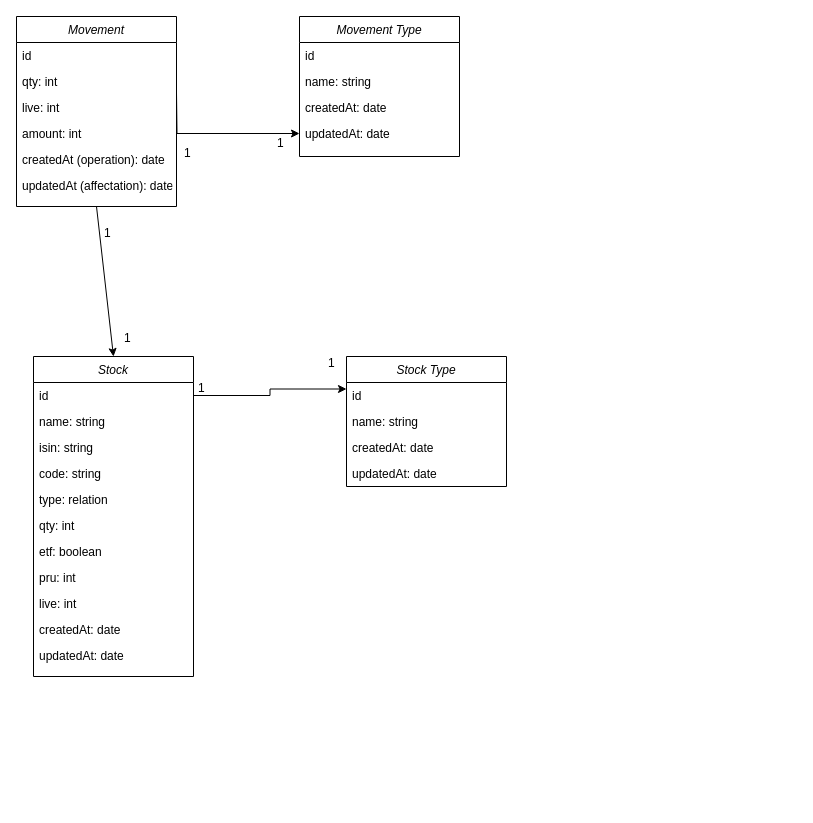
Above: StockReport.drawio in thomas-claireau/stockreport (draw.io), before the change. Source tidied: cells renumbered, new cells numbered last; positions are measured from the earlier drawing's top-left corner, leaving out a move shared by most shapes. Both pictures are drawn from the tidied source at 100%, with x=0, y=0 at pixel (16, 16).
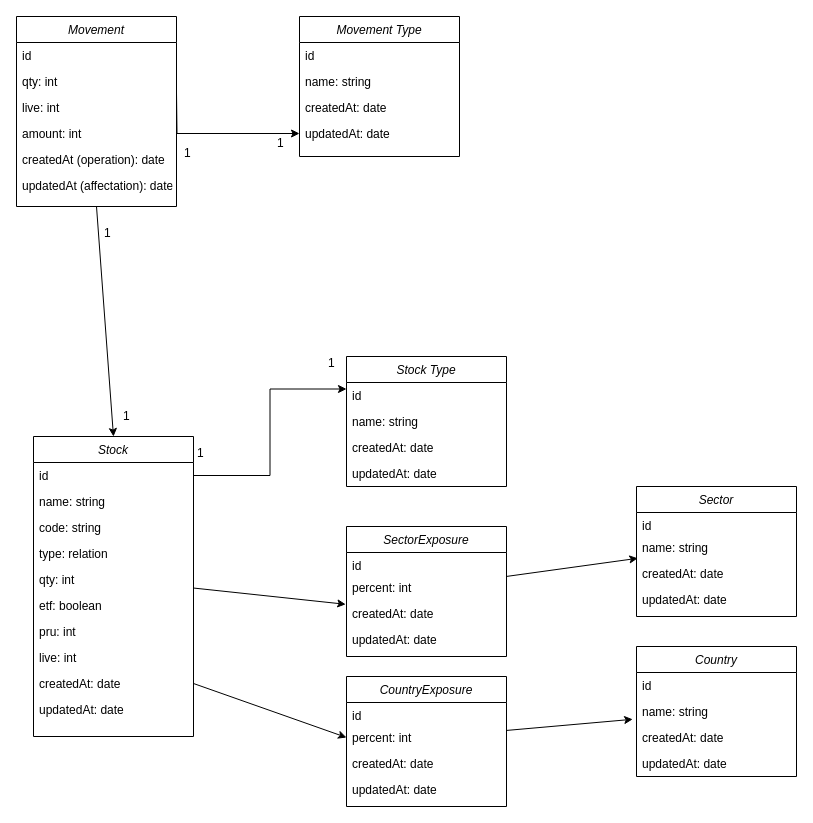
The same diagram, later.

Diff of the diagram source:
```diff
@@
     <mxCell id="9" value="Stock" style="swimlane;fontStyle=2;align=center;verticalAlign=top;horizontal=1;startSize=26;rounded=0;shadow=0;strokeWidth=1;" parent="1" vertex="1">
-      <mxGeometry x="17" y="340" width="160" height="320" as="geometry" />
+      <mxGeometry x="17" y="420" width="160" height="300" as="geometry" />
     </mxCell>
@@
-    <mxCell id="12" value="isin: string" style="text;align=left;verticalAlign=top;spacingLeft=4;spacingRight=4;overflow=hidden;rounded=0;shadow=0;html=0;" parent="9" vertex="1">
-      <mxGeometry y="78" width="160" height="26" as="geometry" />
-    </mxCell>
     <mxCell id="13" value="code: string" style="text;align=left;verticalAlign=top;spacingLeft=4;spacingRight=4;overflow=hidden;rounded=0;shadow=0;html=0;" parent="9" vertex="1">
-      <mxGeometry y="104" width="160" height="26" as="geometry" />
+      <mxGeometry y="78" width="160" height="26" as="geometry" />
     </mxCell>
     <mxCell id="14" value="type: relation" style="text;align=left;verticalAlign=top;spacingLeft=4;spacingRight=4;overflow=hidden;rounded=0;shadow=0;html=0;" parent="9" vertex="1">
-      <mxGeometry y="130" width="160" height="26" as="geometry" />
+      <mxGeometry y="104" width="160" height="26" as="geometry" />
     </mxCell>
     <mxCell id="15" value="qty: int" style="text;align=left;verticalAlign=top;spacingLeft=4;spacingRight=4;overflow=hidden;points=[[0,0.5],[1,0.5]];portConstraint=eastwest;rounded=0;shadow=0;html=0;" parent="9" vertex="1">
-      <mxGeometry y="156" width="160" height="26" as="geometry" />
+      <mxGeometry y="130" width="160" height="26" as="geometry" />
     </mxCell>
     <mxCell id="16" value="etf: boolean" style="text;align=left;verticalAlign=top;spacingLeft=4;spacingRight=4;overflow=hidden;rounded=0;shadow=0;html=0;" parent="9" vertex="1">
-      <mxGeometry y="182" width="160" height="26" as="geometry" />
+      <mxGeometry y="156" width="160" height="26" as="geometry" />
     </mxCell>
     <mxCell id="17" value="pru: int" style="text;align=left;verticalAlign=top;spacingLeft=4;spacingRight=4;overflow=hidden;rounded=0;shadow=0;html=0;" parent="9" vertex="1">
-      <mxGeometry y="208" width="160" height="26" as="geometry" />
+      <mxGeometry y="182" width="160" height="26" as="geometry" />
     </mxCell>
     <mxCell id="18" value="live: int" style="text;align=left;verticalAlign=top;spacingLeft=4;spacingRight=4;overflow=hidden;rounded=0;shadow=0;html=0;" parent="9" vertex="1">
-      <mxGeometry y="234" width="160" height="26" as="geometry" />
+      <mxGeometry y="208" width="160" height="26" as="geometry" />
     </mxCell>
     <mxCell id="19" value="createdAt: date" style="text;align=left;verticalAlign=top;spacingLeft=4;spacingRight=4;overflow=hidden;points=[[0,0.5],[1,0.5]];portConstraint=eastwest;rounded=0;shadow=0;html=0;" parent="9" vertex="1">
-      <mxGeometry y="260" width="160" height="26" as="geometry" />
+      <mxGeometry y="234" width="160" height="26" as="geometry" />
     </mxCell>
     <mxCell id="20" value="updatedAt: date" style="text;align=left;verticalAlign=top;spacingLeft=4;spacingRight=4;overflow=hidden;rounded=0;shadow=0;html=0;" parent="9" vertex="1">
-      <mxGeometry y="286" width="160" height="26" as="geometry" />
+      <mxGeometry y="260" width="160" height="26" as="geometry" />
     </mxCell>
@@
     <mxCell id="27" value="1" style="align=left;verticalAlign=bottom;labelBackgroundColor=none;fontSize=12;" parent="1" vertex="1">
-      <mxGeometry x="180" y="380" as="geometry" />
+      <mxGeometry x="180" y="380" as="geometry">
+        <mxPoint x="-75" y="28" as="offset" />
+      </mxGeometry>
     </mxCell>
@@
     <mxCell id="37" value="1" style="align=left;verticalAlign=bottom;labelBackgroundColor=none;fontSize=12;" parent="1" vertex="1">
-      <mxGeometry x="210" y="495" as="geometry">
+      <mxGeometry x="283" y="610" as="geometry">
         <mxPoint x="-104" y="-165" as="offset" />
       </mxGeometry>
     </mxCell>
@@
+    <mxCell id="40" value="Country" style="swimlane;fontStyle=2;align=center;verticalAlign=top;horizontal=1;startSize=26;rounded=0;shadow=0;strokeWidth=1;" parent="1" vertex="1">
+      <mxGeometry x="620" y="630" width="160" height="130" as="geometry" />
+    </mxCell>
+    <mxCell id="41" value="id" style="text;align=left;verticalAlign=top;spacingLeft=4;spacingRight=4;overflow=hidden;" parent="40" vertex="1">
+      <mxGeometry y="26" width="160" height="26" as="geometry" />
+    </mxCell>
+    <mxCell id="42" value="name: string" style="text;align=left;verticalAlign=top;spacingLeft=4;spacingRight=4;overflow=hidden;points=[[0,0.5],[1,0.5]];portConstraint=eastwest;rounded=0;shadow=0;html=0;" parent="40" vertex="1">
+      <mxGeometry y="52" width="160" height="26" as="geometry" />
+    </mxCell>
+    <mxCell id="43" value="createdAt: date" style="text;align=left;verticalAlign=top;spacingLeft=4;spacingRight=4;overflow=hidden;rounded=0;shadow=0;html=0;" parent="40" vertex="1">
+      <mxGeometry y="78" width="160" height="26" as="geometry" />
+    </mxCell>
+    <mxCell id="44" value="updatedAt: date" style="text;align=left;verticalAlign=top;spacingLeft=4;spacingRight=4;overflow=hidden;rounded=0;shadow=0;html=0;" parent="40" vertex="1">
+      <mxGeometry y="104" width="160" height="26" as="geometry" />
+    </mxCell>
+    <mxCell id="45" value="Sector" style="swimlane;fontStyle=2;align=center;verticalAlign=top;horizontal=1;startSize=26;rounded=0;shadow=0;strokeWidth=1;" parent="1" vertex="1">
+      <mxGeometry x="620" y="470" width="160" height="130" as="geometry" />
+    </mxCell>
+    <mxCell id="46" value="id" style="text;align=left;verticalAlign=top;spacingLeft=4;spacingRight=4;overflow=hidden;" parent="45" vertex="1">
+      <mxGeometry y="26" width="160" height="22" as="geometry" />
+    </mxCell>
+    <mxCell id="47" value="name: string" style="text;align=left;verticalAlign=top;spacingLeft=4;spacingRight=4;overflow=hidden;rounded=0;shadow=0;html=0;" parent="45" vertex="1">
+      <mxGeometry y="48" width="160" height="26" as="geometry" />
+    </mxCell>
+    <mxCell id="48" value="createdAt: date" style="text;align=left;verticalAlign=top;spacingLeft=4;spacingRight=4;overflow=hidden;points=[[0,0.5],[1,0.5]];portConstraint=eastwest;rounded=0;shadow=0;html=0;" parent="45" vertex="1">
+      <mxGeometry y="74" width="160" height="26" as="geometry" />
+    </mxCell>
+    <mxCell id="49" value="updatedAt: date" style="text;align=left;verticalAlign=top;spacingLeft=4;spacingRight=4;overflow=hidden;rounded=0;shadow=0;html=0;" parent="45" vertex="1">
+      <mxGeometry y="100" width="160" height="26" as="geometry" />
+    </mxCell>
+    <mxCell id="50" value="SectorExposure" style="swimlane;fontStyle=2;align=center;verticalAlign=top;horizontal=1;startSize=26;rounded=0;shadow=0;strokeWidth=1;" parent="1" vertex="1">
+      <mxGeometry x="330" y="510" width="160" height="130" as="geometry" />
+    </mxCell>
+    <mxCell id="51" value="id" style="text;align=left;verticalAlign=top;spacingLeft=4;spacingRight=4;overflow=hidden;" parent="50" vertex="1">
+      <mxGeometry y="26" width="160" height="22" as="geometry" />
+    </mxCell>
+    <mxCell id="52" value="percent: int" style="text;align=left;verticalAlign=top;spacingLeft=4;spacingRight=4;overflow=hidden;points=[[0,0.5],[1,0.5]];portConstraint=eastwest;rounded=0;shadow=0;html=0;" parent="50" vertex="1">
+      <mxGeometry y="48" width="160" height="26" as="geometry" />
+    </mxCell>
+    <mxCell id="53" value="createdAt: date" style="text;align=left;verticalAlign=top;spacingLeft=4;spacingRight=4;overflow=hidden;points=[[0,0.5],[1,0.5]];portConstraint=eastwest;rounded=0;shadow=0;html=0;" parent="50" vertex="1">
+      <mxGeometry y="74" width="160" height="26" as="geometry" />
+    </mxCell>
+    <mxCell id="54" value="updatedAt: date" style="text;align=left;verticalAlign=top;spacingLeft=4;spacingRight=4;overflow=hidden;rounded=0;shadow=0;html=0;" parent="50" vertex="1">
+      <mxGeometry y="100" width="160" height="26" as="geometry" />
+    </mxCell>
+    <mxCell id="55" value="CountryExposure" style="swimlane;fontStyle=2;align=center;verticalAlign=top;horizontal=1;startSize=26;rounded=0;shadow=0;strokeWidth=1;" parent="1" vertex="1">
+      <mxGeometry x="330" y="660" width="160" height="130" as="geometry" />
+    </mxCell>
+    <mxCell id="56" value="id" style="text;align=left;verticalAlign=top;spacingLeft=4;spacingRight=4;overflow=hidden;" parent="55" vertex="1">
+      <mxGeometry y="26" width="160" height="22" as="geometry" />
+    </mxCell>
+    <mxCell id="57" value="percent: int" style="text;align=left;verticalAlign=top;spacingLeft=4;spacingRight=4;overflow=hidden;points=[[0,0.5],[1,0.5]];portConstraint=eastwest;rounded=0;shadow=0;html=0;" parent="55" vertex="1">
+      <mxGeometry y="48" width="160" height="26" as="geometry" />
+    </mxCell>
+    <mxCell id="58" value="createdAt: date" style="text;align=left;verticalAlign=top;spacingLeft=4;spacingRight=4;overflow=hidden;rounded=0;shadow=0;html=0;" parent="55" vertex="1">
+      <mxGeometry y="74" width="160" height="26" as="geometry" />
+    </mxCell>
+    <mxCell id="59" value="updatedAt: date" style="text;align=left;verticalAlign=top;spacingLeft=4;spacingRight=4;overflow=hidden;rounded=0;shadow=0;html=0;" parent="55" vertex="1">
+      <mxGeometry y="100" width="160" height="26" as="geometry" />
+    </mxCell>
+    <mxCell id="60" style="edgeStyle=none;html=1;entryX=-0.005;entryY=0.146;entryDx=0;entryDy=0;entryPerimeter=0;" parent="1" edge="1" source="15" target="53">
+      <mxGeometry relative="1" as="geometry" />
+    </mxCell>
+    <mxCell id="61" style="edgeStyle=none;html=1;entryX=0;entryY=0.5;entryDx=0;entryDy=0;exitX=1;exitY=0.5;exitDx=0;exitDy=0;" parent="1" edge="1" source="19" target="57">
+      <mxGeometry relative="1" as="geometry" />
+    </mxCell>
+    <mxCell id="62" style="edgeStyle=none;html=1;entryX=0.008;entryY=-0.085;entryDx=0;entryDy=0;entryPerimeter=0;" parent="1" edge="1" source="52" target="48">
+      <mxGeometry relative="1" as="geometry" />
+    </mxCell>
+    <mxCell id="63" style="edgeStyle=none;html=1;entryX=-0.024;entryY=0.8;entryDx=0;entryDy=0;entryPerimeter=0;" parent="1" edge="1" source="57" target="42">
+      <mxGeometry relative="1" as="geometry" />
+    </mxCell>
```
